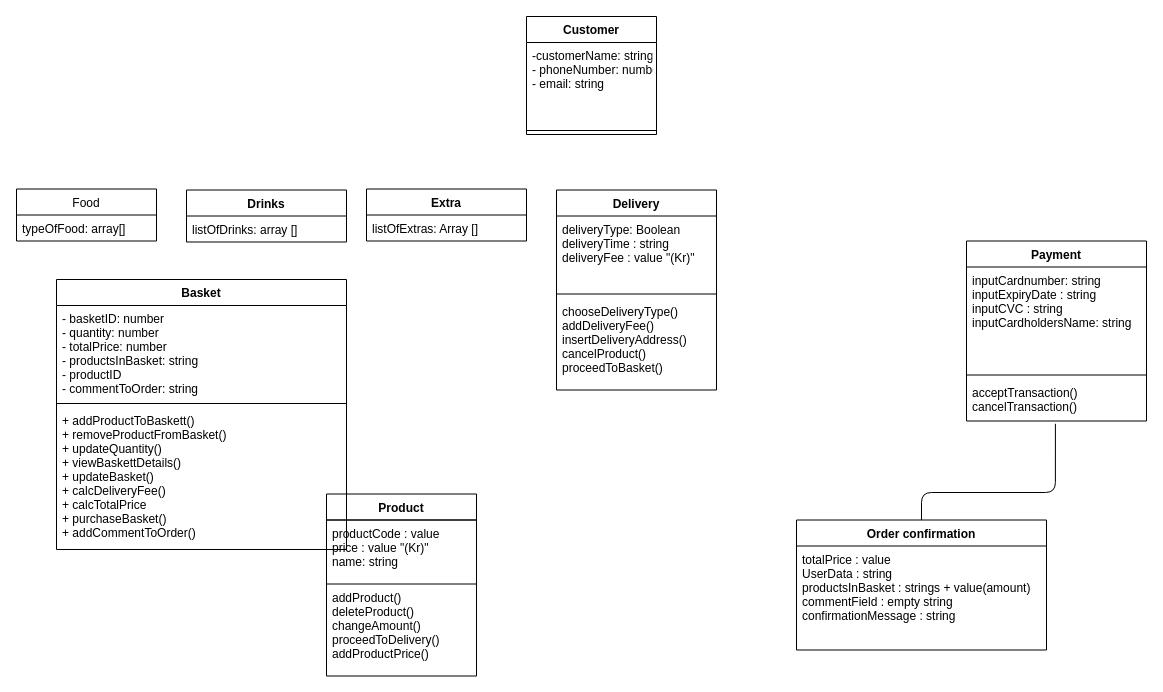
Before: Untitled Diagram.drawio in akpe19ab/Sloth-Systems, a draw.io diagram. Source tidied: cells renumbered, new cells numbered last; positions are measured from the earlier drawing's top-left corner, leaving out a move shared by most shapes. Both pictures are drawn from the tidied source at 100%, with x=0, y=0 at pixel (16, 16).
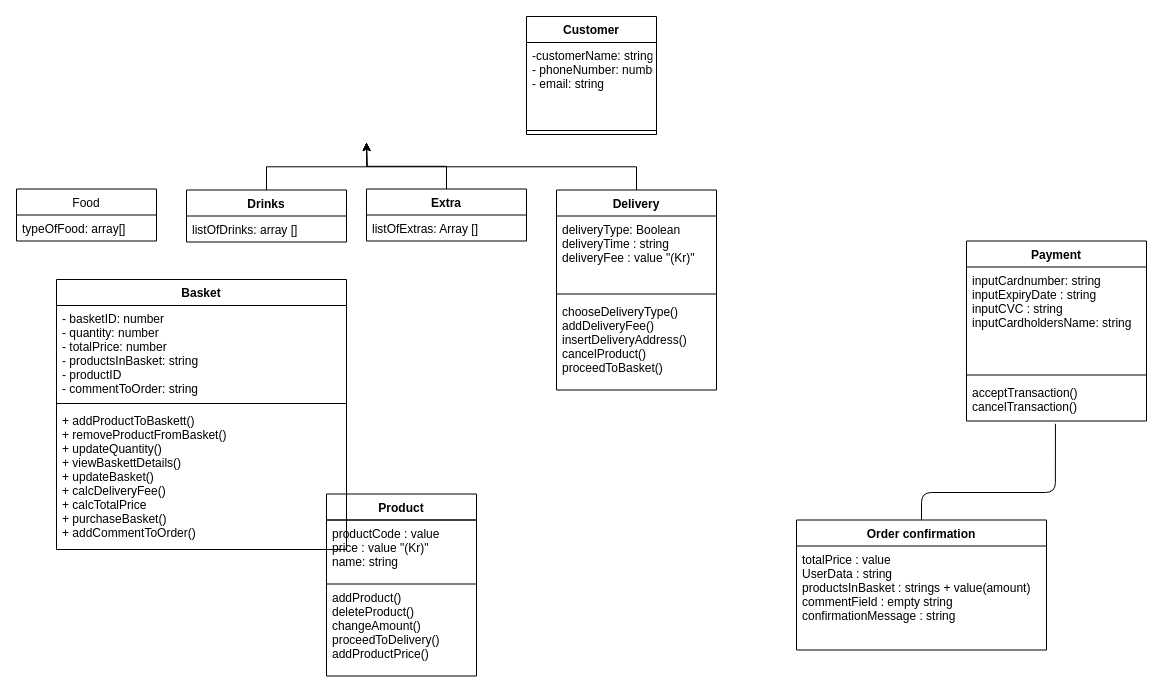
The same page after the edit.

The change refers to these unchanged cells:
```xml
<mxCell id="18" value="Drinks" style="swimlane;fontStyle=1;align=center;verticalAlign=top;horizontal=1;startSize=26;" parent="1" vertex="1">
  <mxGeometry x="170" y="173.5" width="160" height="52" as="geometry" />
</mxCell>
<mxCell id="20" value="Extra" style="swimlane;fontStyle=1;align=center;verticalAlign=top;horizontal=1;startSize=26;" parent="1" vertex="1">
  <mxGeometry x="350" y="172.5" width="160" height="52" as="geometry" />
</mxCell>
<mxCell id="22" value="Delivery" style="swimlane;fontStyle=1;align=center;verticalAlign=top;horizontal=1;startSize=26;" parent="1" vertex="1">
  <mxGeometry x="540" y="173.5" width="160" height="200" as="geometry" />
</mxCell>
```

The edit, as a diff of the source:
```diff
@@
+    <mxCell id="29" style="edgeStyle=orthogonalEdgeStyle;rounded=0;jettySize=auto;html=1;exitX=0.5;exitY=0;exitDx=0;exitDy=0;" parent="1" edge="1" source="18">
+      <mxGeometry relative="1" as="geometry">
+        <mxPoint x="350" y="126" as="targetPoint" />
+      </mxGeometry>
+    </mxCell>
@@
+    <mxCell id="30" style="edgeStyle=orthogonalEdgeStyle;rounded=0;jettySize=auto;html=1;exitX=0.5;exitY=0;exitDx=0;exitDy=0;" parent="1" edge="1" source="20">
+      <mxGeometry relative="1" as="geometry">
+        <mxPoint x="350" y="126" as="targetPoint" />
+      </mxGeometry>
+    </mxCell>
@@
+    <mxCell id="31" style="edgeStyle=orthogonalEdgeStyle;rounded=0;jettySize=auto;html=1;exitX=0.5;exitY=0;exitDx=0;exitDy=0;" parent="1" edge="1" source="22">
+      <mxGeometry relative="1" as="geometry">
+        <mxPoint x="350" y="126" as="targetPoint" />
+      </mxGeometry>
+    </mxCell>
```
